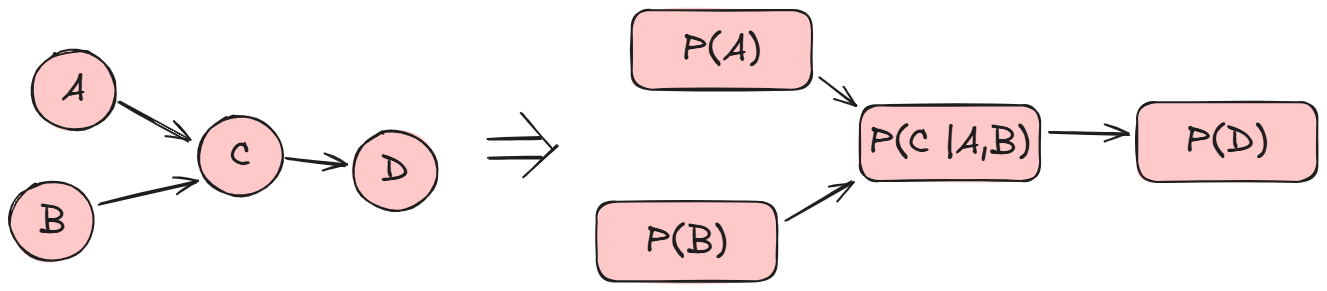
Before: image/04-002.excalidraw.png, a diagram exported from Excalidraw (daehyun99/PyconKR-2026-Tutorial). Source tidied: one line per element, renumbered; positions are measured from the earlier drawing's top-left corner, leaving out a move shared by most shapes. Its diagram source:
```json
{"id": 0, "type": "ellipse", "strokeColor": "#1e1e1e", "backgroundColor": "#ffc9c9", "fillStyle": "solid", "strokeWidth": 2, "roughness": 1, "round": true, "x": 22, "y": 40, "width": 84, "height": 80}
{"id": 1, "type": "text", "text": "A", "strokeColor": "#1e1e1e", "strokeWidth": 2, "roughness": 1, "fontSize": 36, "fontFamily": 5, "textAlign": "center", "verticalAlign": "middle", "inside": 0, "x": 52, "y": 57, "width": 24, "height": 45}
{"id": 2, "type": "ellipse", "strokeColor": "#1e1e1e", "backgroundColor": "#ffc9c9", "fillStyle": "solid", "strokeWidth": 2, "roughness": 1, "round": true, "x": 188, "y": 106, "width": 84, "height": 80}
{"id": 3, "type": "text", "text": "C", "strokeColor": "#1e1e1e", "strokeWidth": 2, "roughness": 1, "fontSize": 36, "fontFamily": 5, "textAlign": "center", "verticalAlign": "middle", "inside": 2, "x": 219, "y": 123, "width": 23, "height": 45}
{"id": 4, "type": "ellipse", "strokeColor": "#1e1e1e", "backgroundColor": "#ffc9c9", "fillStyle": "solid", "strokeWidth": 2, "roughness": 1, "round": true, "x": 0, "y": 172, "width": 84, "height": 80}
{"id": 5, "type": "text", "text": "B", "strokeColor": "#1e1e1e", "strokeWidth": 2, "roughness": 1, "fontSize": 36, "fontFamily": 5, "textAlign": "center", "verticalAlign": "middle", "inside": 4, "x": 29, "y": 189, "width": 27, "height": 45}
{"id": 6, "type": "ellipse", "strokeColor": "#1e1e1e", "backgroundColor": "#ffc9c9", "fillStyle": "solid", "strokeWidth": 2, "roughness": 1, "round": true, "x": 343, "y": 121, "width": 84, "height": 80}
{"id": 7, "type": "text", "text": "D", "strokeColor": "#1e1e1e", "strokeWidth": 2, "roughness": 1, "fontSize": 36, "fontFamily": 5, "textAlign": "center", "verticalAlign": "middle", "inside": 6, "x": 371, "y": 138, "width": 28, "height": 45}
{"id": 8, "type": "arrow", "strokeColor": "#1e1e1e", "backgroundColor": "#ffc9c9", "fillStyle": "solid", "strokeWidth": 2, "roughness": 1, "endArrowhead": "arrow", "round": true, "from": 0, "to": 2, "x": 109, "y": 91, "width": 70, "height": 39, "points": [[0, 0], [70, 39]]}
{"id": 9, "type": "arrow", "strokeColor": "#1e1e1e", "backgroundColor": "#ffc9c9", "fillStyle": "solid", "strokeWidth": 2, "roughness": 1, "endArrowhead": "arrow", "round": true, "from": 4, "to": 2, "x": 89, "y": 195, "width": 98, "height": 23, "points": [[0, 0], [98, -23]]}
{"id": 10, "type": "arrow", "strokeColor": "#1e1e1e", "backgroundColor": "#ffc9c9", "fillStyle": "solid", "strokeWidth": 2, "roughness": 1, "endArrowhead": "arrow", "round": true, "from": 2, "to": 6, "x": 276, "y": 148, "width": 60, "height": 8, "points": [[0, 0], [60, 8]]}
{"id": 11, "type": "line", "strokeColor": "#1e1e1e", "backgroundColor": "#ffc9c9", "fillStyle": "solid", "strokeWidth": 2, "roughness": 1, "round": true, "x": 478, "y": 129, "width": 52, "height": 0, "points": [[0, 0], [52, 0]]}
{"id": 12, "type": "line", "strokeColor": "#1e1e1e", "backgroundColor": "#ffc9c9", "fillStyle": "solid", "strokeWidth": 2, "roughness": 1, "round": true, "x": 480, "y": 149, "width": 53, "height": 1, "points": [[0, 0], [53, -1]]}
{"id": 13, "type": "line", "strokeColor": "#1e1e1e", "backgroundColor": "#ffc9c9", "fillStyle": "solid", "strokeWidth": 2, "roughness": 1, "round": true, "x": 512, "y": 103, "width": 31, "height": 35, "points": [[0, 0], [31, 35]]}
{"id": 14, "type": "line", "strokeColor": "#1e1e1e", "backgroundColor": "#ffc9c9", "fillStyle": "solid", "strokeWidth": 2, "roughness": 1, "round": true, "x": 547, "y": 136, "width": 33, "height": 31, "points": [[0, 0], [-33, 31]]}
{"id": 15, "type": "rectangle", "strokeColor": "#1e1e1e", "backgroundColor": "#ffc9c9", "fillStyle": "solid", "strokeWidth": 2, "roughness": 1, "round": true, "x": 622, "y": 0, "width": 180, "height": 80}
{"id": 16, "type": "text", "text": "P(A)", "strokeColor": "#1e1e1e", "backgroundColor": "#ffc9c9", "fillStyle": "solid", "strokeWidth": 2, "roughness": 1, "fontSize": 36, "fontFamily": 5, "textAlign": "center", "verticalAlign": "middle", "inside": 15, "x": 672, "y": 17, "width": 80, "height": 45}
{"id": 17, "type": "rectangle", "strokeColor": "#1e1e1e", "backgroundColor": "#ffc9c9", "fillStyle": "solid", "strokeWidth": 2, "roughness": 1, "round": true, "x": 850, "y": 95, "width": 180, "height": 76}
{"id": 18, "type": "text", "text": "P(C |A,B)", "strokeColor": "#1e1e1e", "backgroundColor": "#ffc9c9", "fillStyle": "solid", "strokeWidth": 2, "roughness": 1, "fontSize": 36, "fontFamily": 5, "textAlign": "center", "verticalAlign": "middle", "inside": 17, "x": 859, "y": 111, "width": 162, "height": 45}
{"id": 19, "type": "rectangle", "strokeColor": "#1e1e1e", "backgroundColor": "#ffc9c9", "fillStyle": "solid", "strokeWidth": 2, "roughness": 1, "round": true, "x": 587, "y": 192, "width": 180, "height": 80}
{"id": 20, "type": "text", "text": "P(B)", "strokeColor": "#1e1e1e", "backgroundColor": "#ffc9c9", "fillStyle": "solid", "strokeWidth": 2, "roughness": 1, "fontSize": 36, "fontFamily": 5, "textAlign": "center", "verticalAlign": "middle", "inside": 19, "x": 635, "y": 209, "width": 83, "height": 45}
{"id": 21, "type": "rectangle", "strokeColor": "#1e1e1e", "backgroundColor": "#ffc9c9", "fillStyle": "solid", "strokeWidth": 2, "roughness": 1, "round": true, "x": 1127, "y": 92, "width": 180, "height": 80}
{"id": 22, "type": "text", "text": "P(D)", "strokeColor": "#1e1e1e", "backgroundColor": "#ffc9c9", "fillStyle": "solid", "strokeWidth": 2, "roughness": 1, "fontSize": 36, "fontFamily": 5, "textAlign": "center", "verticalAlign": "middle", "inside": 21, "x": 1176, "y": 110, "width": 84, "height": 45}
{"id": 23, "type": "arrow", "strokeColor": "#1e1e1e", "backgroundColor": "#ffc9c9", "fillStyle": "solid", "strokeWidth": 2, "roughness": 1, "endArrowhead": "arrow", "round": true, "from": 15, "to": 17, "x": 810, "y": 68, "width": 36, "height": 27, "points": [[0, 0], [36, 27]]}
{"id": 24, "type": "arrow", "strokeColor": "#1e1e1e", "backgroundColor": "#ffc9c9", "fillStyle": "solid", "strokeWidth": 2, "roughness": 1, "endArrowhead": "arrow", "round": true, "from": 19, "to": 17, "x": 777, "y": 210, "width": 66, "height": 38, "points": [[0, 0], [66, -38]]}
{"id": 25, "type": "arrow", "strokeColor": "#1e1e1e", "backgroundColor": "#ffc9c9", "fillStyle": "solid", "strokeWidth": 2, "roughness": 1, "endArrowhead": "arrow", "round": true, "from": 17, "to": 21, "x": 1039, "y": 122, "width": 81, "height": 2, "points": [[0, 0], [81, 2]]}
```
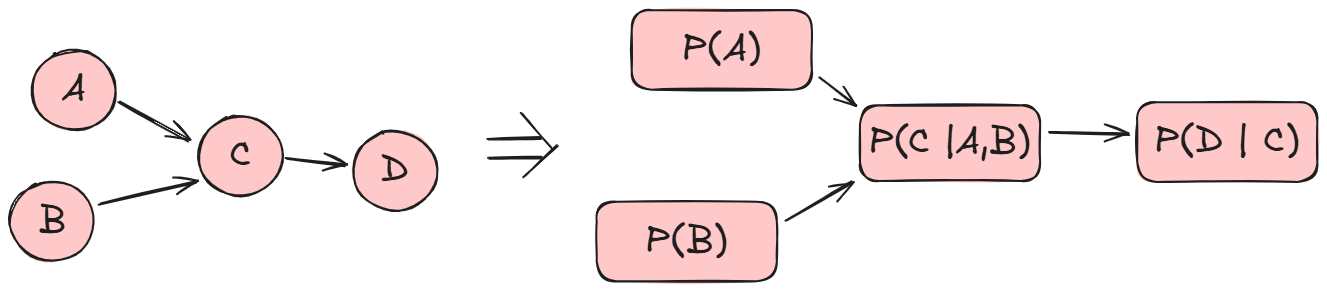
The same file after the commit.

The edit, as a diff of the source:
```diff
@@ -20,7 +20,7 @@
 {"id": 19, "type": "rectangle", "strokeColor": "#1e1e1e", "backgroundColor": "#ffc9c9", "fillStyle": "solid", "strokeWidth": 2, "roughness": 1, "round": true, "x": 587, "y": 192, "width": 180, "height": 80}
 {"id": 20, "type": "text", "text": "P(B)", "strokeColor": "#1e1e1e", "backgroundColor": "#ffc9c9", "fillStyle": "solid", "strokeWidth": 2, "roughness": 1, "fontSize": 36, "fontFamily": 5, "textAlign": "center", "verticalAlign": "middle", "inside": 19, "x": 635, "y": 209, "width": 83, "height": 45}
 {"id": 21, "type": "rectangle", "strokeColor": "#1e1e1e", "backgroundColor": "#ffc9c9", "fillStyle": "solid", "strokeWidth": 2, "roughness": 1, "round": true, "x": 1127, "y": 92, "width": 180, "height": 80}
-{"id": 22, "type": "text", "text": "P(D)", "strokeColor": "#1e1e1e", "backgroundColor": "#ffc9c9", "fillStyle": "solid", "strokeWidth": 2, "roughness": 1, "fontSize": 36, "fontFamily": 5, "textAlign": "center", "verticalAlign": "middle", "inside": 21, "x": 1176, "y": 110, "width": 84, "height": 45}
+{"id": 22, "type": "text", "text": "P(D | C)", "strokeColor": "#1e1e1e", "backgroundColor": "#ffc9c9", "fillStyle": "solid", "strokeWidth": 2, "roughness": 1, "fontSize": 36, "fontFamily": 5, "textAlign": "center", "verticalAlign": "middle", "inside": 21, "x": 1144, "y": 110, "width": 146, "height": 45}
 {"id": 23, "type": "arrow", "strokeColor": "#1e1e1e", "backgroundColor": "#ffc9c9", "fillStyle": "solid", "strokeWidth": 2, "roughness": 1, "endArrowhead": "arrow", "round": true, "from": 15, "to": 17, "x": 810, "y": 68, "width": 36, "height": 27, "points": [[0, 0], [36, 27]]}
 {"id": 24, "type": "arrow", "strokeColor": "#1e1e1e", "backgroundColor": "#ffc9c9", "fillStyle": "solid", "strokeWidth": 2, "roughness": 1, "endArrowhead": "arrow", "round": true, "from": 19, "to": 17, "x": 777, "y": 210, "width": 66, "height": 38, "points": [[0, 0], [66, -38]]}
 {"id": 25, "type": "arrow", "strokeColor": "#1e1e1e", "backgroundColor": "#ffc9c9", "fillStyle": "solid", "strokeWidth": 2, "roughness": 1, "endArrowhead": "arrow", "round": true, "from": 17, "to": 21, "x": 1039, "y": 122, "width": 81, "height": 2, "points": [[0, 0], [81, 2]]}
```
